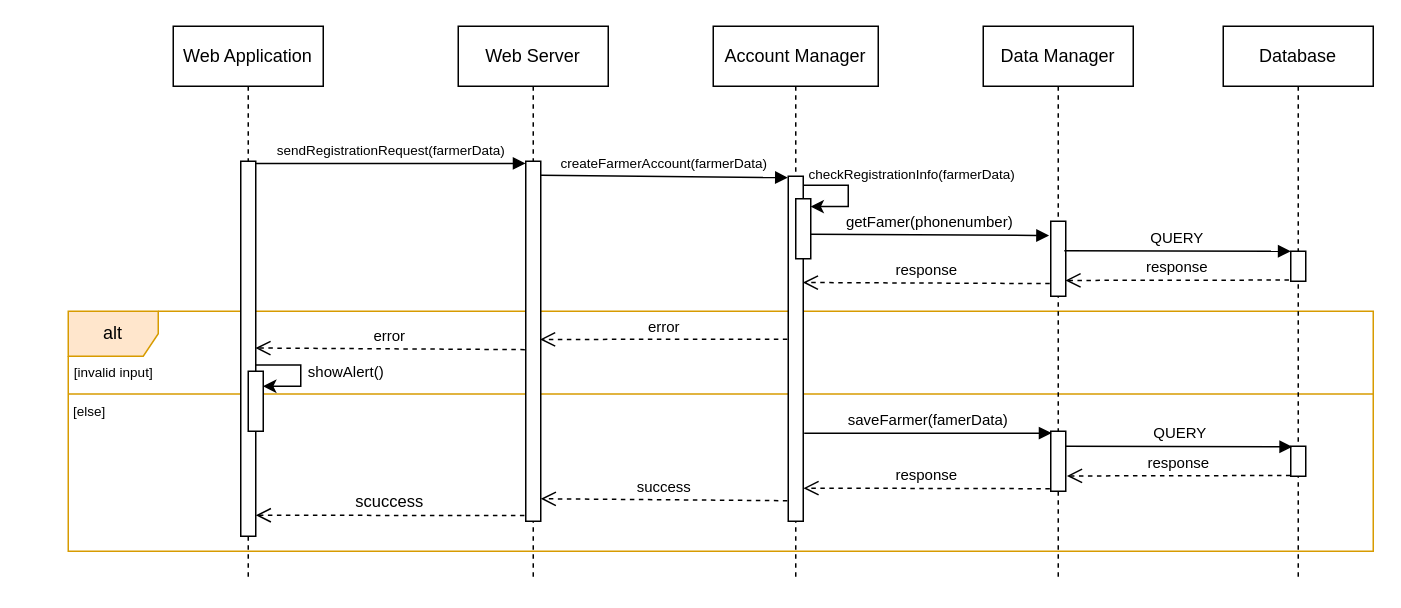
ictar/DREAM-SE2-Project-2022 keeps this draw.io diagram as page "FM-registration-UC6" (1 of 3) of DD/UML/Runtime.drawio. Above is the earlier version. Source tidied: cells renumbered, new cells numbered last; positions are measured from the earlier drawing's top-left corner, leaving out a move shared by most shapes. Both pictures are drawn from the tidied source at 150%, with x=0, y=0 at pixel (26, 26).
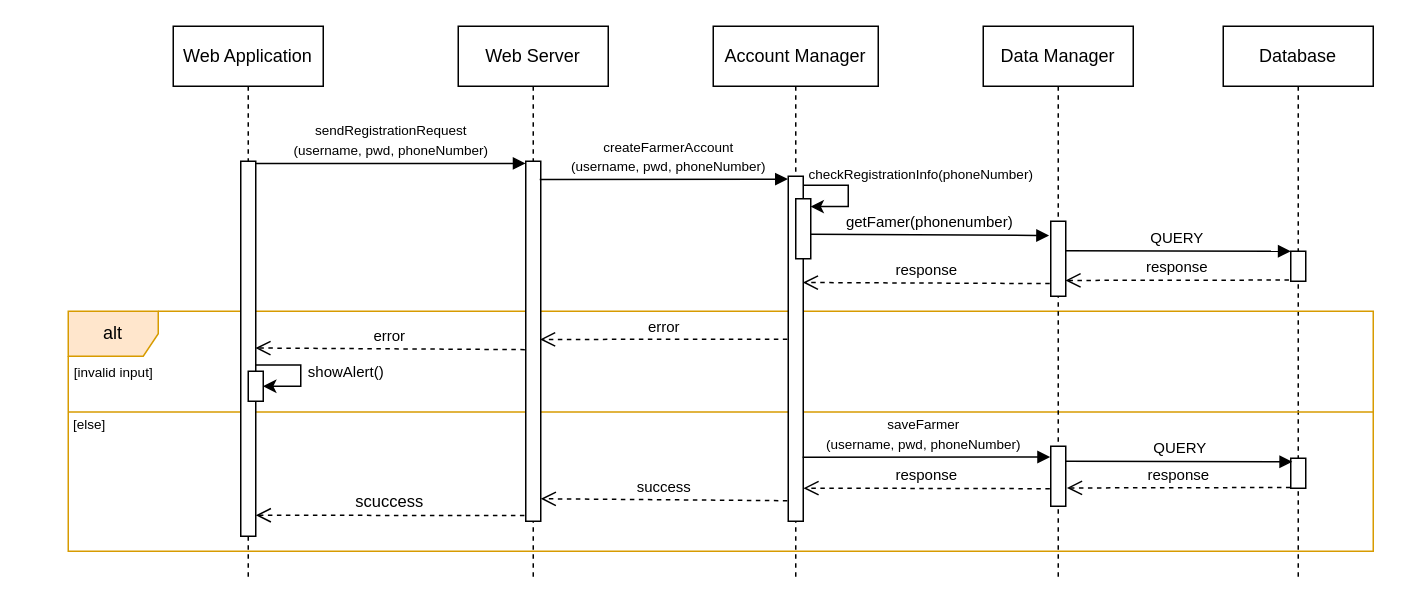
Above is the later version.

Unchanged cells that the change refers to:
```xml
<mxCell id="6" style="html=1;points=[];perimeter=orthogonalPerimeter;" parent="5" vertex="1">
  <mxGeometry x="45" y="90" width="10" height="240" as="geometry" />
</mxCell>
<mxCell id="9" style="html=1;points=[];perimeter=orthogonalPerimeter;" parent="1" vertex="1">
  <mxGeometry x="143" y="90" width="10" height="250" as="geometry" />
</mxCell>
<mxCell id="12" style="html=1;points=[];perimeter=orthogonalPerimeter;" parent="11" vertex="1">
  <mxGeometry x="50" y="100" width="10" height="230" as="geometry" />
</mxCell>
<mxCell id="15" value="Data Manager" style="shape=umlLifeline;perimeter=lifelinePerimeter;whiteSpace=wrap;html=1;" parent="1" vertex="1">
  <mxGeometry x="638" width="100" height="370" as="geometry" />
</mxCell>
<mxCell id="16" style="html=1;points=[];perimeter=orthogonalPerimeter;" parent="15" vertex="1">
  <mxGeometry x="45" y="130" width="10" height="50" as="geometry" />
</mxCell>
```

Change to the diagram source:
```diff
@@
+    <mxCell id="18" value="Database" style="shape=umlLifeline;perimeter=lifelinePerimeter;whiteSpace=wrap;html=1;" parent="1" vertex="1">
+      <mxGeometry x="798" width="100" height="370" as="geometry" />
+    </mxCell>
+    <mxCell id="3" value="alt" style="shape=umlFrame;whiteSpace=wrap;html=1;fillColor=#ffe6cc;strokeColor=#d79b00;" parent="18" vertex="1">
+      <mxGeometry x="-770" y="190" width="870" height="160" as="geometry" />
+    </mxCell>
+    <mxCell id="19" style="html=1;perimeter=orthogonalPerimeter;" parent="18" vertex="1">
+      <mxGeometry x="45" y="150" width="10" height="20" as="geometry" />
+    </mxCell>
+    <mxCell id="20" style="html=1;perimeter=orthogonalPerimeter;" parent="18" vertex="1">
+      <mxGeometry x="45" y="288" width="10" height="20" as="geometry" />
+    </mxCell>
+    <mxCell id="21" value="&lt;font size=&quot;1&quot;&gt;QUERY&lt;/font&gt;" style="html=1;verticalAlign=bottom;endArrow=block;rounded=0;entryX=-0.107;entryY=0.51;entryDx=0;entryDy=0;entryPerimeter=0;exitX=0.903;exitY=0.393;exitDx=0;exitDy=0;exitPerimeter=0;" parent="18" edge="1" source="16">
+      <mxGeometry relative="1" as="geometry">
+        <mxPoint x="45" y="150" as="targetPoint" />
+      </mxGeometry>
+    </mxCell>
-    <mxCell id="2" style="endArrow=none;html=1;rounded=0;fontSize=9;exitX=0;exitY=0.345;exitDx=0;exitDy=0;exitPerimeter=0;entryX=1;entryY=0.345;entryDx=0;entryDy=0;entryPerimeter=0;fillColor=#ffe6cc;strokeColor=#d79b00;" parent="1" edge="1" source="3" target="3">
-      <mxGeometry relative="1" as="geometry" />
+    <mxCell id="2" style="endArrow=none;html=1;rounded=0;fontSize=9;exitX=0;exitY=0.345;exitDx=0;exitDy=0;exitPerimeter=0;entryX=1;entryY=0.345;entryDx=0;entryDy=0;entryPerimeter=0;fillColor=#ffe6cc;strokeColor=#d79b00;" parent="18" edge="1">
+      <mxGeometry relative="1" as="geometry">
+        <mxPoint x="-770" y="257.2" as="sourcePoint" />
+        <mxPoint x="100" y="257.2" as="targetPoint" />
+      </mxGeometry>
     </mxCell>
-    <mxCell id="3" value="alt" style="shape=umlFrame;whiteSpace=wrap;html=1;fillColor=#ffe6cc;strokeColor=#d79b00;" parent="1" vertex="1">
-      <mxGeometry x="28" y="190" width="870" height="160" as="geometry" />
-    </mxCell>
@@
-    <mxCell id="7" value="&lt;font style=&quot;font-size: 9px&quot;&gt;sendRegistrationRequest(farmerData)&lt;/font&gt;" style="html=1;verticalAlign=bottom;endArrow=block;rounded=0;entryX=-0.005;entryY=0.006;entryDx=0;entryDy=0;entryPerimeter=0;" parent="1" edge="1" source="9" target="6">
+    <mxCell id="7" value="&lt;font style=&quot;font-size: 9px&quot;&gt;sendRegistrationRequest&lt;br&gt;&lt;/font&gt;&lt;font style=&quot;font-size: 9px&quot;&gt;(&lt;/font&gt;&lt;span lang=&quot;EN-US&quot; style=&quot;font-size: 9px ; line-height: 9.63px&quot;&gt;username, pwd, phoneNumbe&lt;/span&gt;&lt;span lang=&quot;EN-US&quot; style=&quot;font-size: 9px ; line-height: 9.63px&quot;&gt;r&lt;/span&gt;&lt;font style=&quot;font-size: 9px&quot;&gt;)&lt;/font&gt;" style="html=1;verticalAlign=bottom;endArrow=block;rounded=0;entryX=-0.005;entryY=0.006;entryDx=0;entryDy=0;entryPerimeter=0;" parent="1" edge="1" source="9" target="6">
       <mxGeometry relative="1" as="geometry" />
     </mxCell>
@@
     <mxCell id="17" style="html=1;points=[];perimeter=orthogonalPerimeter;" parent="15" vertex="1">
-      <mxGeometry x="45" y="270" width="10" height="40" as="geometry" />
+      <mxGeometry x="45" y="280" width="10" height="40" as="geometry" />
     </mxCell>
-    <mxCell id="18" value="Database" style="shape=umlLifeline;perimeter=lifelinePerimeter;whiteSpace=wrap;html=1;" parent="1" vertex="1">
-      <mxGeometry x="798" width="100" height="370" as="geometry" />
-    </mxCell>
-    <mxCell id="19" style="html=1;perimeter=orthogonalPerimeter;" parent="18" vertex="1">
-      <mxGeometry x="45" y="150" width="10" height="20" as="geometry" />
-    </mxCell>
-    <mxCell id="20" style="html=1;perimeter=orthogonalPerimeter;" parent="18" vertex="1">
-      <mxGeometry x="45" y="280" width="10" height="20" as="geometry" />
-    </mxCell>
-    <mxCell id="21" value="&lt;font size=&quot;1&quot;&gt;QUERY&lt;/font&gt;" style="html=1;verticalAlign=bottom;endArrow=block;rounded=0;entryX=-0.107;entryY=0.51;entryDx=0;entryDy=0;entryPerimeter=0;exitX=0.903;exitY=0.393;exitDx=0;exitDy=0;exitPerimeter=0;" parent="18" edge="1" source="16">
-      <mxGeometry relative="1" as="geometry">
-        <mxPoint x="45" y="150" as="targetPoint" />
-      </mxGeometry>
-    </mxCell>
-    <mxCell id="22" value="&lt;font style=&quot;font-size: 9px&quot;&gt;&lt;font style=&quot;font-size: 9px&quot;&gt;createFarmerAccount(&lt;/font&gt;&lt;span lang=&quot;EN-US&quot; style=&quot;line-height: 107%&quot;&gt;&lt;font style=&quot;font-size: 9px&quot;&gt;farmerData&lt;/font&gt;&lt;/span&gt;&lt;font style=&quot;font-size: 9px&quot;&gt;)&lt;/font&gt;&lt;/font&gt;" style="html=1;verticalAlign=bottom;endArrow=block;rounded=0;entryX=-0.021;entryY=0.004;entryDx=0;entryDy=0;entryPerimeter=0;exitX=0.997;exitY=0.039;exitDx=0;exitDy=0;exitPerimeter=0;" parent="1" edge="1" source="6" target="12">
-      <mxGeometry relative="1" as="geometry" />
+    <mxCell id="22" value="&lt;font style=&quot;font-size: 9px&quot;&gt;&lt;font style=&quot;font-size: 9px&quot;&gt;&lt;font style=&quot;font-size: 9px&quot;&gt;createFarmerAccount&lt;br&gt;(&lt;/font&gt;&lt;/font&gt;&lt;span lang=&quot;EN-US&quot; style=&quot;line-height: 107%&quot;&gt;username, pwd, phoneNumbe&lt;/span&gt;&lt;span lang=&quot;EN-US&quot; style=&quot;line-height: 107%&quot;&gt;r&lt;/span&gt;&lt;font style=&quot;font-size: 9px&quot;&gt;&lt;font style=&quot;font-size: 9px&quot;&gt;)&lt;/font&gt;&lt;/font&gt;&lt;/font&gt;" style="html=1;verticalAlign=bottom;endArrow=block;rounded=0;entryX=-0.021;entryY=0.004;entryDx=0;entryDy=0;entryPerimeter=0;exitX=0.932;exitY=0.051;exitDx=0;exitDy=0;exitPerimeter=0;" parent="1" edge="1" source="6">
+      <mxGeometry x="0.04" relative="1" as="geometry">
+        <mxPoint x="507.8" y="101.9" as="targetPoint" />
+      </mxGeometry>
     </mxCell>
@@
-    <mxCell id="24" value="&lt;span style=&quot;color: rgb(0 , 0 , 0) ; font-family: &amp;#34;helvetica&amp;#34; ; font-style: normal ; font-weight: 400 ; letter-spacing: normal ; text-align: center ; text-indent: 0px ; text-transform: none ; word-spacing: 0px ; background-color: rgb(255 , 255 , 255) ; display: inline ; float: none&quot;&gt;&lt;font style=&quot;font-size: 9px&quot;&gt;checkRegistrationInfo(farmerData)&lt;/font&gt;&lt;/span&gt;" style="text;whiteSpace=wrap;html=1;fontSize=9;" parent="1" vertex="1">
+    <mxCell id="24" value="&lt;span style=&quot;color: rgb(0 , 0 , 0) ; font-family: &amp;#34;helvetica&amp;#34; ; font-style: normal ; font-weight: 400 ; letter-spacing: normal ; text-align: center ; text-indent: 0px ; text-transform: none ; word-spacing: 0px ; background-color: rgb(255 , 255 , 255) ; display: inline ; float: none&quot;&gt;&lt;font style=&quot;font-size: 9px&quot;&gt;checkRegistrationInfo(&lt;span lang=&quot;EN-US&quot; style=&quot;font-family: &amp;#34;helvetica&amp;#34; ; line-height: 9.63px&quot;&gt;phoneNumbe&lt;/span&gt;&lt;span lang=&quot;EN-US&quot; style=&quot;font-family: &amp;#34;helvetica&amp;#34; ; line-height: 9.63px&quot;&gt;r&lt;/span&gt;)&lt;/font&gt;&lt;/span&gt;" style="text;whiteSpace=wrap;html=1;fontSize=9;" parent="1" vertex="1">
       <mxGeometry x="520" y="87" width="140" height="20" as="geometry" />
     </mxCell>
@@
     <mxCell id="29" style="html=1;perimeter=orthogonalPerimeter;" parent="1" vertex="1">
-      <mxGeometry x="148" y="230" width="10" height="40" as="geometry" />
+      <mxGeometry x="148" y="230" width="10" height="20" as="geometry" />
     </mxCell>
@@
-    <mxCell id="32" value="&lt;font size=&quot;1&quot;&gt;saveFarmer(famerData)&lt;/font&gt;" style="html=1;verticalAlign=bottom;endArrow=block;rounded=0;entryX=0.061;entryY=0.031;entryDx=0;entryDy=0;entryPerimeter=0;exitX=1.064;exitY=0.745;exitDx=0;exitDy=0;exitPerimeter=0;" parent="1" edge="1" source="12" target="17">
-      <mxGeometry relative="1" as="geometry" />
+    <mxCell id="32" value="&lt;font style=&quot;font-size: 9px&quot;&gt;saveFarmer&lt;br&gt;&lt;font style=&quot;font-size: 9px&quot;&gt;(&lt;/font&gt;&lt;span lang=&quot;EN-US&quot; style=&quot;line-height: 9.63px&quot;&gt;username, pwd, phoneNumbe&lt;/span&gt;&lt;span lang=&quot;EN-US&quot; style=&quot;line-height: 9.63px&quot;&gt;r&lt;/span&gt;&lt;font style=&quot;font-size: 9px&quot;&gt;)&lt;/font&gt;&lt;/font&gt;" style="html=1;verticalAlign=bottom;endArrow=block;rounded=0;entryX=0.061;entryY=0.031;entryDx=0;entryDy=0;entryPerimeter=0;exitX=1.064;exitY=0.745;exitDx=0;exitDy=0;exitPerimeter=0;" parent="1" edge="1">
+      <mxGeometry x="-0.03" relative="1" as="geometry">
+        <mxPoint x="517.6" y="287.4" as="sourcePoint" />
+        <mxPoint x="682.6" y="287.2" as="targetPoint" />
+      </mxGeometry>
     </mxCell>
     <mxCell id="33" value="&lt;font size=&quot;1&quot;&gt;QUERY&lt;/font&gt;" style="html=1;verticalAlign=bottom;endArrow=block;rounded=0;entryX=-0.107;entryY=0.51;entryDx=0;entryDy=0;entryPerimeter=0;exitX=0.903;exitY=0.393;exitDx=0;exitDy=0;exitPerimeter=0;" parent="1" edge="1">
       <mxGeometry relative="1" as="geometry">
-        <mxPoint x="693" y="280" as="sourcePoint" />
-        <mxPoint x="844" y="280.4" as="targetPoint" />
+        <mxPoint x="693" y="290" as="sourcePoint" />
+        <mxPoint x="844" y="290.4" as="targetPoint" />
       </mxGeometry>
     </mxCell>
     <mxCell id="34" value="&lt;font style=&quot;font-size: 10px&quot;&gt;response&lt;/font&gt;" style="html=1;verticalAlign=bottom;endArrow=open;dashed=1;endSize=8;rounded=0;entryX=0.98;entryY=0.789;entryDx=0;entryDy=0;entryPerimeter=0;exitX=-0.021;exitY=1.06;exitDx=0;exitDy=0;exitPerimeter=0;" parent="1" edge="1">
       <mxGeometry relative="1" as="geometry">
-        <mxPoint x="842.8" y="299.5" as="sourcePoint" />
-        <mxPoint x="693.8" y="299.8" as="targetPoint" />
+        <mxPoint x="842.8" y="307.5" as="sourcePoint" />
+        <mxPoint x="693.8" y="307.8" as="targetPoint" />
       </mxGeometry>
     </mxCell>
@@
     <mxCell id="37" value="&lt;font style=&quot;font-size: 9px&quot;&gt;[else]&lt;/font&gt;" style="text;html=1;strokeColor=none;fillColor=none;align=center;verticalAlign=middle;whiteSpace=wrap;rounded=0;" parent="1" vertex="1">
-      <mxGeometry y="241" width="85" height="30" as="geometry" />
+      <mxGeometry y="250" width="85" height="30" as="geometry" />
     </mxCell>
```
